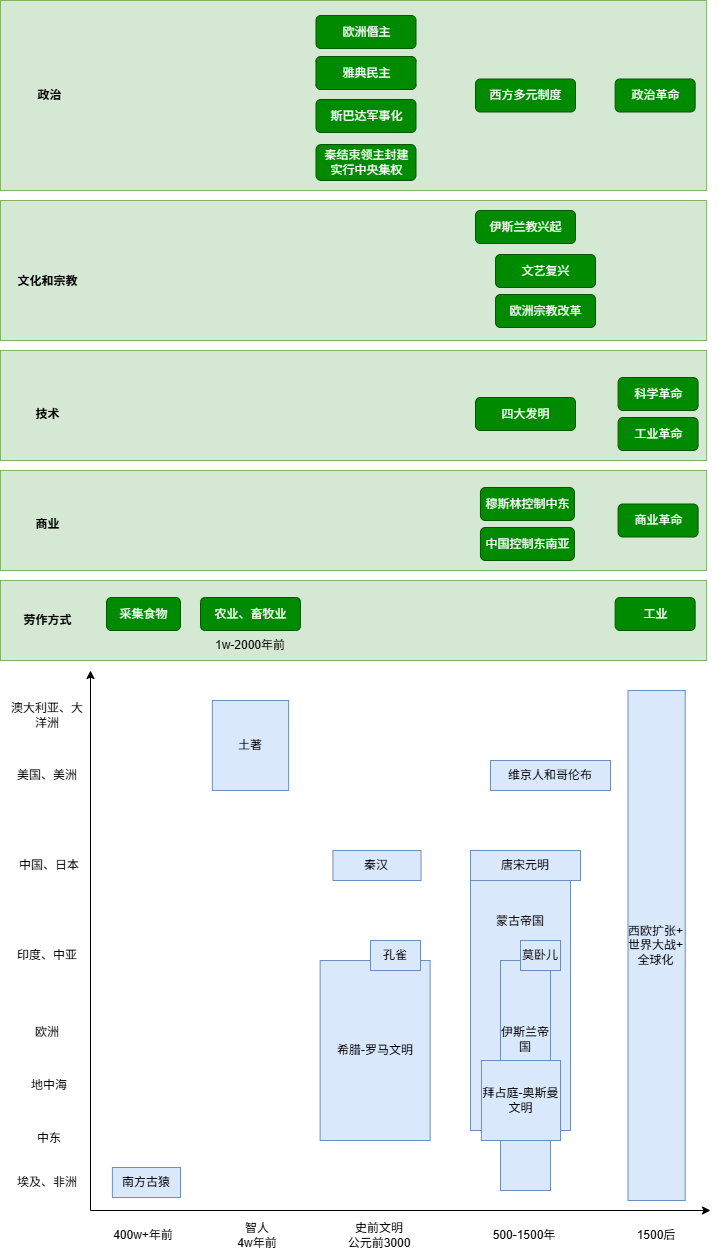
The draw.io diagram image/global.drawio.png in codefossil/livingbook, before a commit. Source tidied: cells renumbered, new cells last; positions are measured from the earlier drawing's top-left corner, leaving out a move shared by most shapes.
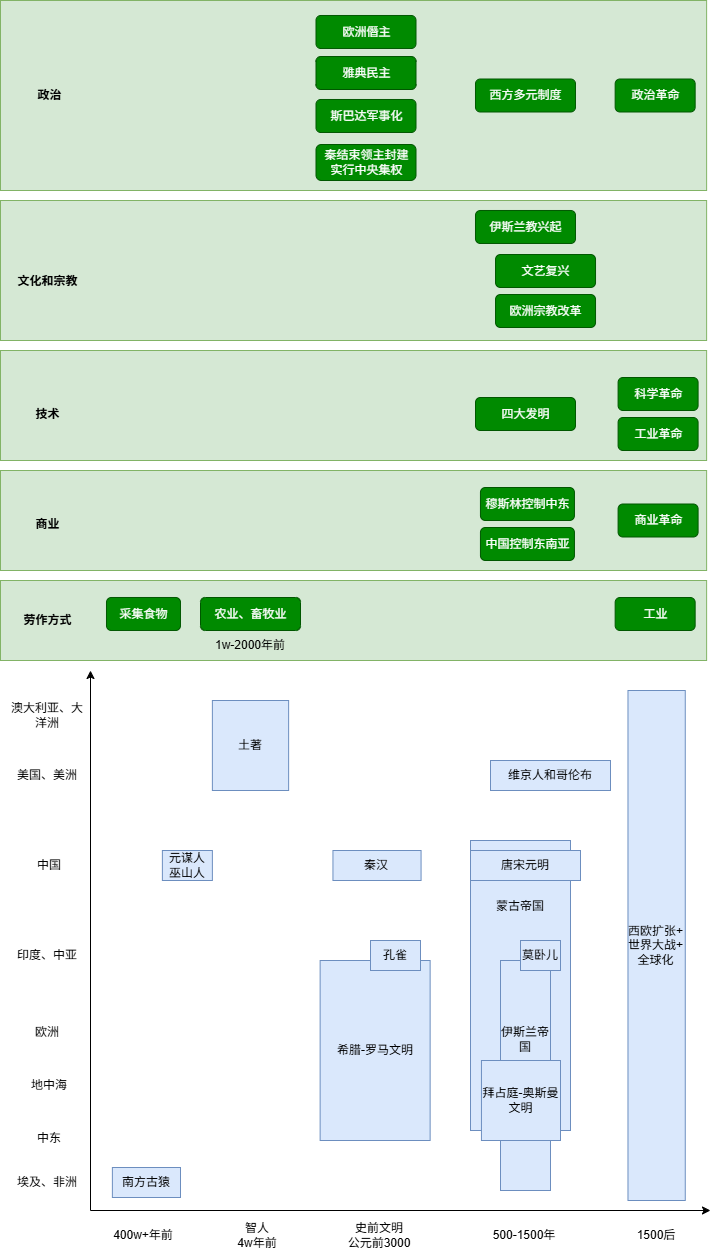
Above is the later version.

The edit, as a diff of the source:
```diff
@@ -59,7 +59,7 @@
     <mxCell id="18" value="美国、美洲" style="text;html=1;strokeColor=none;fillColor=none;align=center;verticalAlign=middle;whiteSpace=wrap;rounded=0;" parent="1" vertex="1">
       <mxGeometry x="10" y="760" width="73.8" height="30" as="geometry" />
     </mxCell>
-    <mxCell id="19" value="中国、日本" style="text;html=1;strokeColor=none;fillColor=none;align=center;verticalAlign=middle;whiteSpace=wrap;rounded=0;" parent="1" vertex="1">
+    <mxCell id="19" value="中国" style="text;html=1;strokeColor=none;fillColor=none;align=center;verticalAlign=middle;whiteSpace=wrap;rounded=0;" parent="1" vertex="1">
       <mxGeometry x="11.9" y="850" width="73.8" height="30" as="geometry" />
     </mxCell>
     <mxCell id="20" value="智人&lt;div&gt;4w年前&lt;/div&gt;" style="text;html=1;strokeColor=none;fillColor=none;align=center;verticalAlign=middle;whiteSpace=wrap;rounded=0;" parent="1" vertex="1">
@@ -108,7 +108,7 @@
       <mxGeometry x="10" y="700" width="73.8" height="30" as="geometry" />
     </mxCell>
     <mxCell id="35" value="蒙古帝国&lt;div&gt;&lt;br&gt;&lt;/div&gt;&lt;div&gt;&lt;br&gt;&lt;/div&gt;&lt;div&gt;&lt;br&gt;&lt;/div&gt;&lt;div&gt;&lt;br&gt;&lt;/div&gt;&lt;div&gt;&lt;br&gt;&lt;/div&gt;&lt;div&gt;&lt;br&gt;&lt;/div&gt;&lt;div&gt;&lt;br&gt;&lt;/div&gt;&lt;div&gt;&lt;br&gt;&lt;/div&gt;&lt;div&gt;&lt;br&gt;&lt;/div&gt;&lt;div&gt;&lt;br&gt;&lt;/div&gt;&lt;div&gt;&lt;br&gt;&lt;/div&gt;" style="text;html=1;strokeColor=#6c8ebf;fillColor=#dae8fc;align=center;verticalAlign=middle;whiteSpace=wrap;rounded=0;" parent="1" vertex="1">
-      <mxGeometry x="470" y="870" width="100" height="260" as="geometry" />
+      <mxGeometry x="470" y="840" width="100" height="290" as="geometry" />
     </mxCell>
     <mxCell id="36" value="唐宋元明" style="text;html=1;strokeColor=#6c8ebf;fillColor=#dae8fc;align=center;verticalAlign=middle;whiteSpace=wrap;rounded=0;" parent="1" vertex="1">
       <mxGeometry x="470" y="850" width="110" height="30" as="geometry" />
@@ -176,5 +176,8 @@
     <mxCell id="57" value="莫卧儿" style="text;html=1;strokeColor=#6c8ebf;fillColor=#dae8fc;align=center;verticalAlign=middle;whiteSpace=wrap;rounded=0;" parent="1" vertex="1">
       <mxGeometry x="520" y="940" width="40" height="30" as="geometry" />
     </mxCell>
+    <mxCell id="58" value="元谋人&lt;div&gt;巫山人&lt;/div&gt;" style="text;html=1;strokeColor=#6c8ebf;fillColor=#dae8fc;align=center;verticalAlign=middle;whiteSpace=wrap;rounded=0;" parent="1" vertex="1">
+      <mxGeometry x="161.9" y="850" width="50" height="30" as="geometry" />
+    </mxCell>
   </root>
 </mxGraphModel>
```
